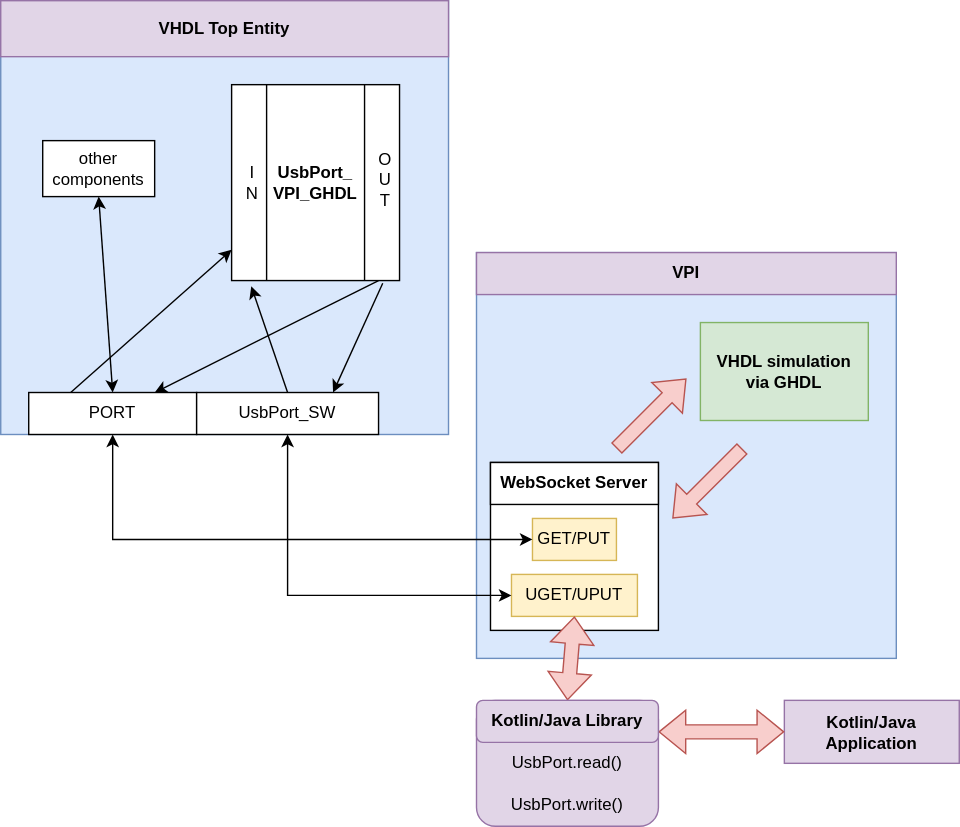
Above: assets/usbport_goal.svg in roby2014/virtual-board-vhdl (draw.io), before the change. Source tidied: cells renumbered, new cells last; positions are measured from the earlier drawing's top-left corner, leaving out a move shared by most shapes.
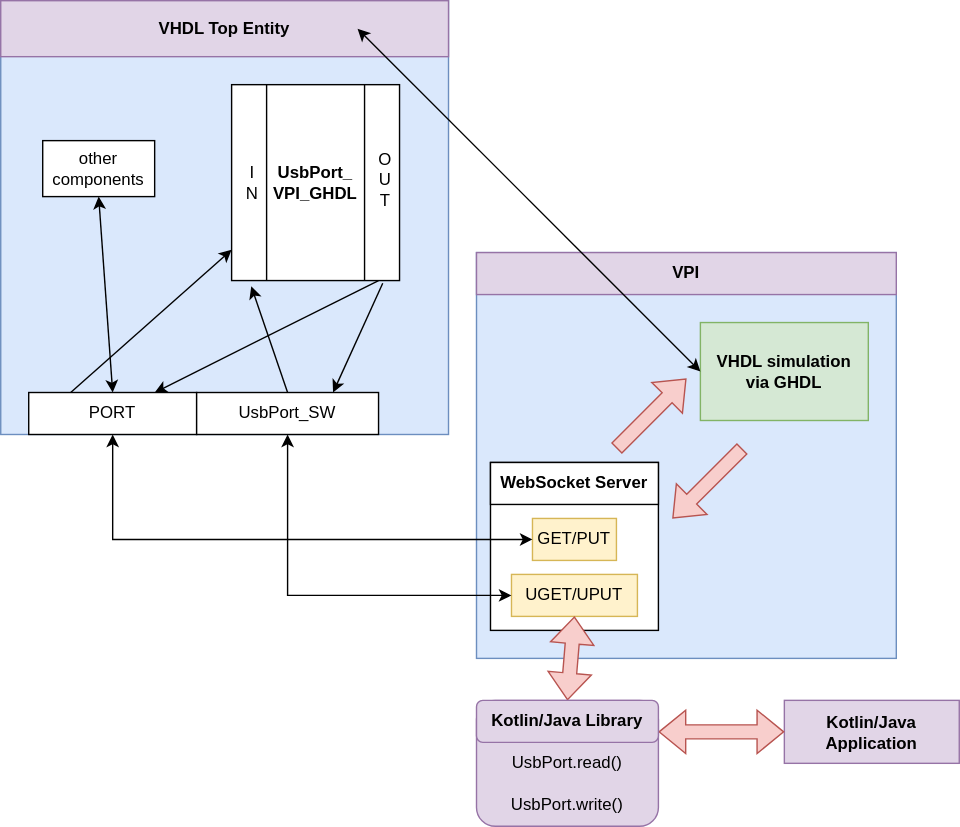
Later version of the same file.

Commit message:
fixed usbport diagrams

Diff of the diagram source:
```diff
@@ -123,5 +123,8 @@
     <mxCell id="36" style="endArrow=classic;startArrow=classic;html=1;rounded=0;entryX=0.5;entryY=1;entryDx=0;entryDy=0;exitX=0.5;exitY=0;exitDx=0;exitDy=0;" parent="1" edge="1" source="11" target="35">
       <mxGeometry relative="1" as="geometry" />
     </mxCell>
+    <mxCell id="37" style="endArrow=classic;startArrow=classic;html=1;rounded=0;entryX=1;entryY=0.5;entryDx=0;entryDy=0;exitX=0;exitY=0.5;exitDx=0;exitDy=0;" parent="1" edge="1" source="26" target="7">
+      <mxGeometry relative="1" as="geometry" />
+    </mxCell>
   </root>
 </mxGraphModel>
```
